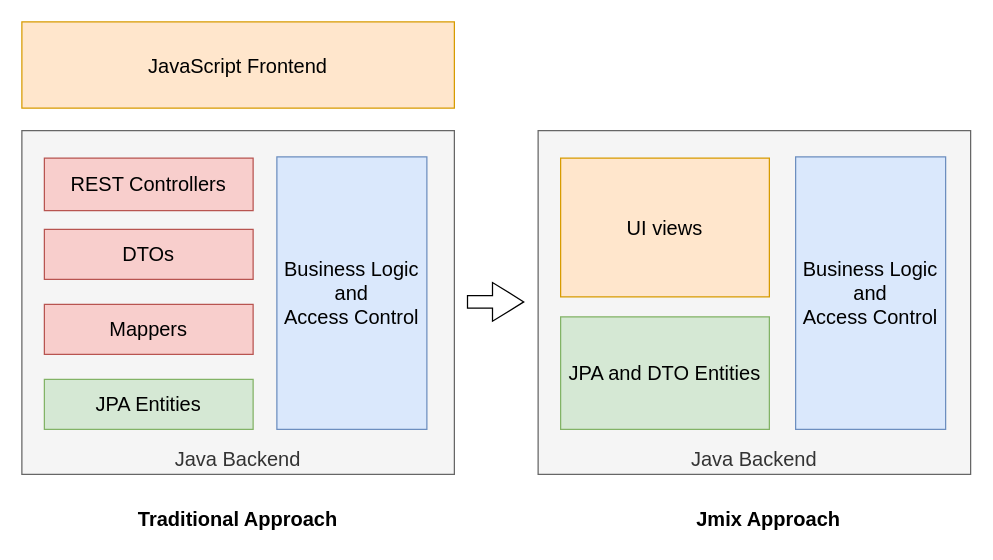
Earlier version of the draw.io diagram page "principles-model-2" (4 of 14) of content/modules/concepts/diagrams/features.drawio (jmix-framework/jmix-docs). Source tidied: cells renumbered, new cells numbered last; positions are measured from the earlier drawing's top-left corner, leaving out a move shared by most shapes. Both pictures are drawn from the tidied source at 125%, with x=0, y=0 at pixel (21, 21).
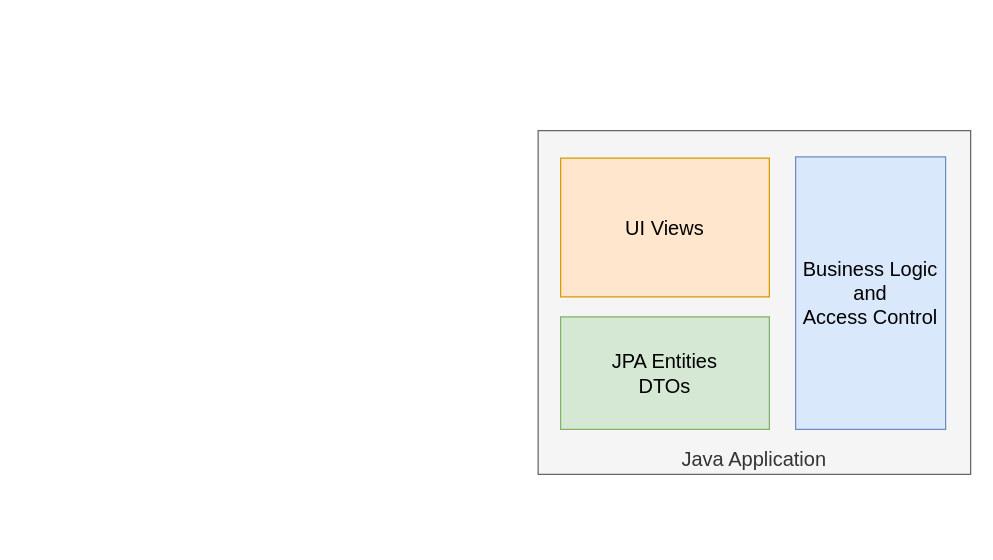
Above is the later version.

Diff of the diagram source:
```diff
@@
 <mxGraphModel>
   <root>
     <mxCell id="0" />
     <mxCell id="1" parent="0" />
-    <mxCell id="2" value="Java Backend" style="rounded=0;whiteSpace=wrap;html=1;fontSize=16;verticalAlign=bottom;align=center;fillColor=#f5f5f5;fontColor=#333333;strokeColor=#666666;" parent="1" vertex="1">
-      <mxGeometry y="87" width="346" height="275" as="geometry" />
-    </mxCell>
-    <mxCell id="3" value="JPA Entities" style="rounded=0;whiteSpace=wrap;html=1;fontSize=16;fillColor=#d5e8d4;strokeColor=#82b366;" parent="1" vertex="1">
-      <mxGeometry x="18" y="286" width="167" height="40" as="geometry" />
-    </mxCell>
-    <mxCell id="4" value="Mappers" style="rounded=0;whiteSpace=wrap;html=1;fontSize=16;fillColor=#f8cecc;strokeColor=#b85450;" parent="1" vertex="1">
-      <mxGeometry x="18" y="226" width="167" height="40" as="geometry" />
-    </mxCell>
-    <mxCell id="5" value="DTOs" style="rounded=0;whiteSpace=wrap;html=1;fontSize=16;fillColor=#f8cecc;strokeColor=#b85450;" parent="1" vertex="1">
-      <mxGeometry x="18" y="166" width="167" height="40" as="geometry" />
-    </mxCell>
-    <mxCell id="6" value="REST Controllers" style="rounded=0;whiteSpace=wrap;html=1;fontSize=16;fillColor=#f8cecc;strokeColor=#b85450;" parent="1" vertex="1">
-      <mxGeometry x="18" y="109" width="167" height="42" as="geometry" />
-    </mxCell>
-    <mxCell id="7" value="Business Logic and &lt;br&gt;Access Control" style="rounded=0;whiteSpace=wrap;html=1;fontSize=16;fillColor=#dae8fc;strokeColor=#6c8ebf;" parent="1" vertex="1">
-      <mxGeometry x="204" y="108" width="120" height="218" as="geometry" />
-    </mxCell>
-    <mxCell id="8" value="JavaScript Frontend" style="rounded=0;whiteSpace=wrap;html=1;fontSize=16;verticalAlign=middle;align=center;fillColor=#ffe6cc;strokeColor=#d79b00;" parent="1" vertex="1">
-      <mxGeometry width="346" height="69" as="geometry" />
-    </mxCell>
-    <mxCell id="9" value="Java Backend" style="rounded=0;whiteSpace=wrap;html=1;fontSize=16;verticalAlign=bottom;align=center;fillColor=#f5f5f5;fontColor=#333333;strokeColor=#666666;" parent="1" vertex="1">
+    <mxCell id="9" value="Java Application" style="rounded=0;whiteSpace=wrap;html=1;fontSize=16;verticalAlign=bottom;align=center;fillColor=#f5f5f5;fontColor=#333333;strokeColor=#666666;" parent="1" vertex="1">
       <mxGeometry x="413" y="87" width="346" height="275" as="geometry" />
     </mxCell>
-    <mxCell id="10" value="JPA and DTO Entities" style="rounded=0;whiteSpace=wrap;html=1;fontSize=16;fillColor=#d5e8d4;strokeColor=#82b366;" parent="1" vertex="1">
+    <mxCell id="10" value="JPA Entities&lt;br&gt;DTOs" style="rounded=0;whiteSpace=wrap;html=1;fontSize=16;fillColor=#d5e8d4;strokeColor=#82b366;" parent="1" vertex="1">
       <mxGeometry x="431" y="236" width="167" height="90" as="geometry" />
     </mxCell>
-    <mxCell id="11" value="UI views" style="rounded=0;whiteSpace=wrap;html=1;fontSize=16;fillColor=#ffe6cc;strokeColor=#d79b00;" parent="1" vertex="1">
+    <mxCell id="11" value="UI Views" style="rounded=0;whiteSpace=wrap;html=1;fontSize=16;fillColor=#ffe6cc;strokeColor=#d79b00;" parent="1" vertex="1">
       <mxGeometry x="431" y="109" width="167" height="111" as="geometry" />
     </mxCell>
     <mxCell id="12" value="Business Logic and &lt;br&gt;Access Control" style="rounded=0;whiteSpace=wrap;html=1;fontSize=16;fillColor=#dae8fc;strokeColor=#6c8ebf;" parent="1" vertex="1">
       <mxGeometry x="619" y="108" width="120" height="218" as="geometry" />
     </mxCell>
-    <mxCell id="13" style="shape=flexArrow;endArrow=classic;html=1;rounded=0;fontSize=12;startSize=8;endSize=8;curved=1;" parent="1" edge="1">
-      <mxGeometry relative="1" as="geometry">
-        <mxPoint x="356" y="224" as="sourcePoint" />
-        <mxPoint x="402" y="224" as="targetPoint" />
-      </mxGeometry>
-    </mxCell>
-    <mxCell id="14" value="Traditional Approach" style="text;html=1;align=center;verticalAlign=middle;whiteSpace=wrap;rounded=0;fontSize=16;strokeColor=none;fillColor=none;fontColor=#000000;fontStyle=1;" parent="1" vertex="1">
-      <mxGeometry x="64" y="383" width="218" height="30" as="geometry" />
-    </mxCell>
-    <mxCell id="15" value="Jmix Approach" style="text;html=1;align=center;verticalAlign=middle;strokeColor=none;fillColor=none;fontSize=16;fontStyle=1;" parent="1" vertex="1">
-      <mxGeometry x="530" y="382" width="133" height="31" as="geometry" />
-    </mxCell>
   </root>
 </mxGraphModel>
```
